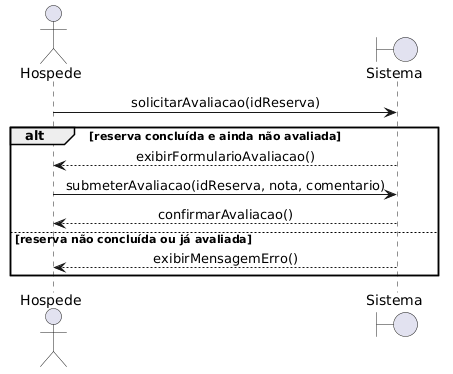
vaniacourses/trabalho-pratico-grupo-8 keeps this PlantUML diagram as diagramas/sequencia/DSS-avalicao-de-imovel.png. Above is the earlier version. Its diagram source:
```plantuml
@startuml
skinparam sequenceMessageAlign center

actor Hospede
boundary Sistema

Hospede -> Sistema : solicitarAvaliacao(idReserva)

alt reserva concluída e ainda não avaliada
    Sistema --> Hospede : exibirFormularioAvaliacao()
    Hospede -> Sistema : submeterAvaliacao(idReserva, nota, comentario)
    Sistema --> Hospede : confirmarAvaliacao()
else reserva não concluída ou já avaliada
    Sistema --> Hospede : exibirMensagemErro()
end
@enduml
```
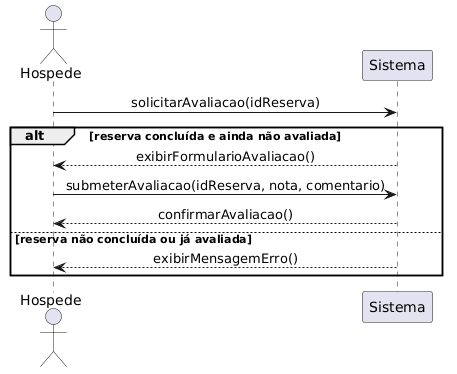
Later version of the same file.

Commit message:
refactor: atualiza diagramas DSS e interação de avaliação de imóvel

The edit, as a diff of the source:
```diff
@@ -1,16 +1,20 @@
 @startuml
 skinparam sequenceMessageAlign center
 
-actor Hospede
-boundary Sistema
+actor       Hospede as H
+participant Sistema  as S
 
-Hospede -> Sistema : solicitarAvaliacao(idReserva)
+H -> S : solicitarAvaliacao(idReserva)
 
-alt reserva concluída e ainda não avaliada
-    Sistema --> Hospede : exibirFormularioAvaliacao()
-    Hospede -> Sistema : submeterAvaliacao(idReserva, nota, comentario)
-    Sistema --> Hospede : confirmarAvaliacao()
-else reserva não concluída ou já avaliada
-    Sistema --> Hospede : exibirMensagemErro()
+alt **reserva concluída e ainda não avaliada**
+
+    S --> H : exibirFormularioAvaliacao()
+    H -> S  : submeterAvaliacao(idReserva, nota, comentario)
+    S --> H : confirmarAvaliacao()
+
+else **reserva não concluída ou já avaliada**
+
+    S --> H : exibirMensagemErro()
+
 end
 @enduml
```
